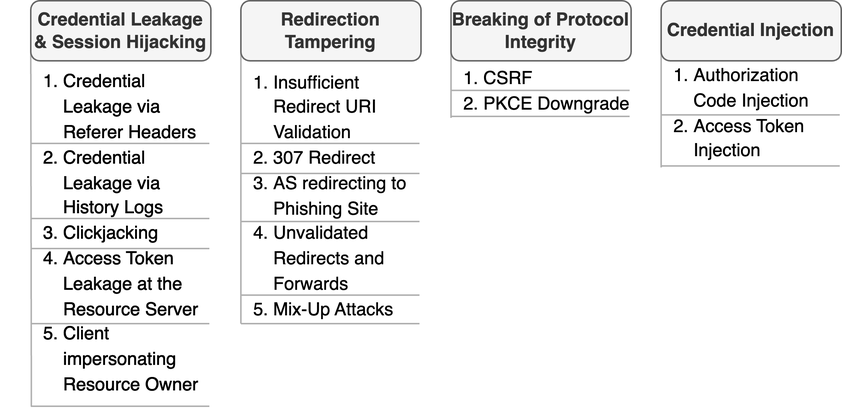
The draw.io diagram thesis/pic/threat_taxonomy.png in fnehmer/master-thesis, before a commit. Source tidied: cells renumbered, new cells last; positions are measured from the earlier drawing's top-left corner, leaving out a move shared by most shapes.
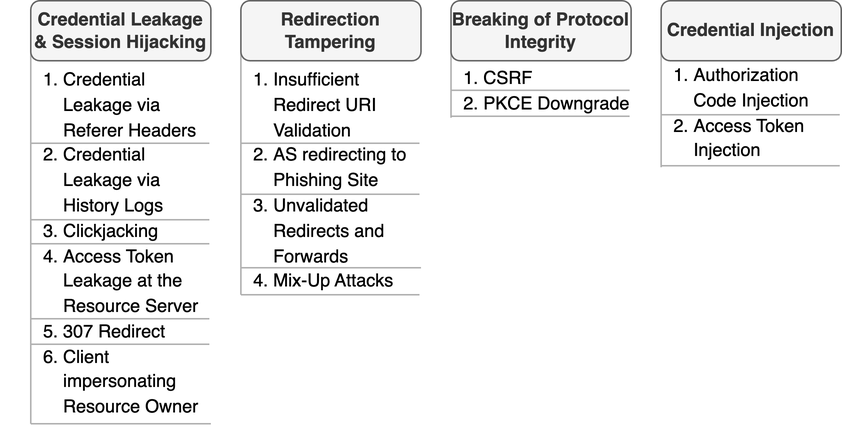
After the change.

The edit, as a diff of the source:
```diff
@@ -2,11 +2,11 @@
   <root>
     <mxCell id="0" />
     <mxCell id="1" parent="0" />
-    <mxCell id="2" value="&lt;ol style=&quot;line-height: 140%;&quot;&gt;&lt;li&gt;Credential Leakage via Referer Headers&lt;/li&gt;&lt;li&gt;Credential Leakage via History Logs&lt;/li&gt;&lt;li&gt;Clickjacking&lt;/li&gt;&lt;li&gt;Access Token Leakage at the Resource Server&lt;/li&gt;&lt;li&gt;Client impersonating Resource Owner&lt;/li&gt;&lt;/ol&gt;" style="rounded=0;whiteSpace=wrap;html=1;align=left;fillColor=none;strokeColor=none;" parent="1" vertex="1">
-      <mxGeometry y="40" width="140" height="230" as="geometry" />
+    <mxCell id="2" value="&lt;ol style=&quot;line-height: 140%;&quot;&gt;&lt;li&gt;Credential Leakage via Referer Headers&lt;/li&gt;&lt;li&gt;Credential Leakage via History Logs&lt;/li&gt;&lt;li&gt;Clickjacking&lt;/li&gt;&lt;li&gt;Access Token Leakage at the Resource Server&lt;/li&gt;&lt;li&gt;307 Redirect&lt;/li&gt;&lt;li&gt;Client impersonating Resource Owner&lt;/li&gt;&lt;/ol&gt;" style="rounded=0;whiteSpace=wrap;html=1;align=left;fillColor=none;strokeColor=none;" parent="1" vertex="1">
+      <mxGeometry y="47" width="140" height="230" as="geometry" />
     </mxCell>
-    <mxCell id="3" value="&lt;ol style=&quot;line-height: 140%;&quot;&gt;&lt;li&gt;Insufficient Redirect URI Validation&lt;/li&gt;&lt;li&gt;&lt;span style=&quot;background-color: initial;&quot;&gt;307 Redirect&lt;/span&gt;&lt;br&gt;&lt;/li&gt;&lt;li&gt;AS redirecting to Phishing Site&lt;/li&gt;&lt;li&gt;Unvalidated Redirects and Forwards&lt;/li&gt;&lt;li&gt;Mix-Up Attacks&lt;/li&gt;&lt;/ol&gt;" style="rounded=0;whiteSpace=wrap;html=1;align=left;fillColor=none;strokeColor=none;" parent="1" vertex="1">
-      <mxGeometry x="140" y="40" width="140" height="180" as="geometry" />
+    <mxCell id="3" value="&lt;ol style=&quot;line-height: 140%;&quot;&gt;&lt;li&gt;Insufficient Redirect URI Validation&lt;/li&gt;&lt;li&gt;AS redirecting to Phishing Site&lt;/li&gt;&lt;li&gt;Unvalidated Redirects and Forwards&lt;/li&gt;&lt;li&gt;Mix-Up Attacks&lt;/li&gt;&lt;/ol&gt;" style="rounded=0;whiteSpace=wrap;html=1;align=left;fillColor=none;strokeColor=none;" parent="1" vertex="1">
+      <mxGeometry x="140" y="40" width="140" height="160" as="geometry" />
     </mxCell>
     <mxCell id="4" value="&lt;ol style=&quot;line-height: 140%;&quot;&gt;&lt;li&gt;CSRF&lt;/li&gt;&lt;li&gt;PKCE Downgrade&lt;/li&gt;&lt;/ol&gt;" style="rounded=0;whiteSpace=wrap;html=1;align=left;fillColor=none;strokeColor=none;" parent="1" vertex="1">
       <mxGeometry x="280" y="40" width="140" height="40" as="geometry" />
@@ -14,9 +14,10 @@
     <mxCell id="5" value="&lt;ol style=&quot;line-height: 140%;&quot;&gt;&lt;li&gt;Authorization Code Injection&lt;/li&gt;&lt;li&gt;Access Token Injection&lt;/li&gt;&lt;/ol&gt;" style="rounded=0;whiteSpace=wrap;html=1;align=left;fillColor=none;strokeColor=none;" parent="1" vertex="1">
       <mxGeometry x="420" y="40" width="140" height="70" as="geometry" />
     </mxCell>
-    <mxCell id="6" style="endArrow=none;html=1;rounded=0;entryX=0;entryY=0.75;entryDx=0;entryDy=0;strokeColor=#B0B0B0;" parent="1" edge="1" target="12">
+    <mxCell id="6" style="endArrow=none;html=1;rounded=0;entryX=0;entryY=0.75;entryDx=0;entryDy=0;strokeColor=#B0B0B0;" parent="1" edge="1">
       <mxGeometry relative="1" as="geometry">
-        <mxPoint x="20.4" y="270" as="sourcePoint" />
+        <mxPoint x="20" y="282" as="sourcePoint" />
+        <mxPoint x="20" y="27" as="targetPoint" />
       </mxGeometry>
     </mxCell>
     <mxCell id="7" style="endArrow=none;html=1;rounded=0;strokeColor=#B0B0B0;" parent="1" edge="1">
@@ -27,26 +28,26 @@
     </mxCell>
     <mxCell id="8" style="endArrow=none;html=1;rounded=0;strokeColor=#B0B0B0;" parent="1" edge="1">
       <mxGeometry relative="1" as="geometry">
-        <mxPoint x="20" y="145" as="sourcePoint" />
-        <mxPoint x="139" y="145" as="targetPoint" />
+        <mxPoint x="20" y="146" as="sourcePoint" />
+        <mxPoint x="139" y="146" as="targetPoint" />
       </mxGeometry>
     </mxCell>
     <mxCell id="9" style="endArrow=none;html=1;rounded=0;strokeColor=#B0B0B0;" parent="1" edge="1">
       <mxGeometry relative="1" as="geometry">
-        <mxPoint x="20" y="165" as="sourcePoint" />
-        <mxPoint x="139" y="165" as="targetPoint" />
+        <mxPoint x="20" y="162" as="sourcePoint" />
+        <mxPoint x="139" y="162" as="targetPoint" />
       </mxGeometry>
     </mxCell>
     <mxCell id="10" style="endArrow=none;html=1;rounded=0;strokeColor=#B0B0B0;" parent="1" edge="1">
       <mxGeometry relative="1" as="geometry">
-        <mxPoint x="20" y="215" as="sourcePoint" />
-        <mxPoint x="139" y="215" as="targetPoint" />
+        <mxPoint x="20" y="212" as="sourcePoint" />
+        <mxPoint x="139" y="212" as="targetPoint" />
       </mxGeometry>
     </mxCell>
     <mxCell id="11" style="endArrow=none;html=1;rounded=0;strokeColor=#B0B0B0;" parent="1" edge="1">
       <mxGeometry relative="1" as="geometry">
-        <mxPoint x="20" y="270" as="sourcePoint" />
-        <mxPoint x="139" y="270" as="targetPoint" />
+        <mxPoint x="20" y="282" as="sourcePoint" />
+        <mxPoint x="140" y="282" as="targetPoint" />
       </mxGeometry>
     </mxCell>
     <mxCell id="12" value="&lt;b&gt;Credential Leakage &amp;amp; Session Hijacking&lt;/b&gt;" style="rounded=1;whiteSpace=wrap;html=1;fillColor=#f5f5f5;fontColor=#333333;strokeColor=#666666;" parent="1" vertex="1">
@@ -54,8 +55,8 @@
     </mxCell>
     <mxCell id="13" style="endArrow=none;html=1;rounded=0;entryX=0;entryY=0.75;entryDx=0;entryDy=0;strokeColor=#B0B0B0;" parent="1" edge="1">
       <mxGeometry relative="1" as="geometry">
-        <mxPoint x="160" y="215" as="sourcePoint" />
-        <mxPoint x="160" y="30" as="targetPoint" />
+        <mxPoint x="160" y="196" as="sourcePoint" />
+        <mxPoint x="160" y="27" as="targetPoint" />
       </mxGeometry>
     </mxCell>
     <mxCell id="14" value="&lt;b&gt;Redirection Tampering&lt;/b&gt;" style="rounded=1;whiteSpace=wrap;html=1;fillColor=#f5f5f5;fontColor=#333333;strokeColor=#666666;" parent="1" vertex="1">
@@ -69,14 +70,14 @@
     </mxCell>
     <mxCell id="16" style="endArrow=none;html=1;rounded=0;strokeColor=#B0B0B0;" parent="1" edge="1">
       <mxGeometry relative="1" as="geometry">
-        <mxPoint x="160" y="115" as="sourcePoint" />
-        <mxPoint x="279" y="115" as="targetPoint" />
+        <mxPoint x="160" y="129" as="sourcePoint" />
+        <mxPoint x="279" y="129" as="targetPoint" />
       </mxGeometry>
     </mxCell>
-    <mxCell id="17" style="endArrow=none;html=1;rounded=0;strokeColor=#B0B0B0;" parent="1" edge="1">
+    <mxCell id="17" style="endArrow=none;html=1;rounded=0;strokeColor=#B0B0B0;entryX=1;entryY=0.75;entryDx=0;entryDy=0;" parent="1" edge="1">
       <mxGeometry relative="1" as="geometry">
-        <mxPoint x="160" y="147" as="sourcePoint" />
-        <mxPoint x="279" y="147" as="targetPoint" />
+        <mxPoint x="160" y="178" as="sourcePoint" />
+        <mxPoint x="280" y="178" as="targetPoint" />
       </mxGeometry>
     </mxCell>
     <mxCell id="18" style="endArrow=none;html=1;rounded=0;strokeColor=#B0B0B0;" parent="1" edge="1">
@@ -87,19 +88,10 @@
     </mxCell>
     <mxCell id="19" style="endArrow=none;html=1;rounded=0;strokeColor=#B0B0B0;" parent="1" edge="1">
       <mxGeometry relative="1" as="geometry">
-        <mxPoint x="20" y="215" as="sourcePoint" />
-        <mxPoint x="139" y="215" as="targetPoint" />
+        <mxPoint x="20" y="212" as="sourcePoint" />
+        <mxPoint x="139" y="212" as="targetPoint" />
       </mxGeometry>
     </mxCell>
-    <mxCell id="20" value="&lt;ol style=&quot;line-height: 140%;&quot;&gt;&lt;li&gt;Credential Leakage via Referer Headers&lt;/li&gt;&lt;li&gt;Credential Leakage via History Logs&lt;/li&gt;&lt;li&gt;Clickjacking&lt;/li&gt;&lt;li&gt;Access Token Leakage at the Resource Server&lt;/li&gt;&lt;li&gt;Client impersonating Resource Owner&lt;/li&gt;&lt;/ol&gt;" style="rounded=0;whiteSpace=wrap;html=1;align=left;fillColor=none;strokeColor=none;" parent="1" vertex="1">
-      <mxGeometry y="40" width="140" height="230" as="geometry" />
-    </mxCell>
-    <mxCell id="21" style="endArrow=none;html=1;rounded=0;strokeColor=#B0B0B0;" parent="1" edge="1">
-      <mxGeometry relative="1" as="geometry">
-        <mxPoint x="160" y="215" as="sourcePoint" />
-        <mxPoint x="279" y="215" as="targetPoint" />
-      </mxGeometry>
-    </mxCell>
     <mxCell id="22" style="endArrow=none;html=1;rounded=0;entryX=0;entryY=0.75;entryDx=0;entryDy=0;strokeColor=#B0B0B0;" parent="1" edge="1">
       <mxGeometry relative="1" as="geometry">
         <mxPoint x="300" y="78" as="sourcePoint" />
@@ -142,5 +134,11 @@
         <mxPoint x="559" y="110" as="targetPoint" />
       </mxGeometry>
     </mxCell>
+    <mxCell id="30" style="endArrow=none;html=1;rounded=0;strokeColor=#B0B0B0;" parent="1" edge="1">
+      <mxGeometry relative="1" as="geometry">
+        <mxPoint x="20" y="229" as="sourcePoint" />
+        <mxPoint x="139" y="229" as="targetPoint" />
+      </mxGeometry>
+    </mxCell>
   </root>
 </mxGraphModel>
```
